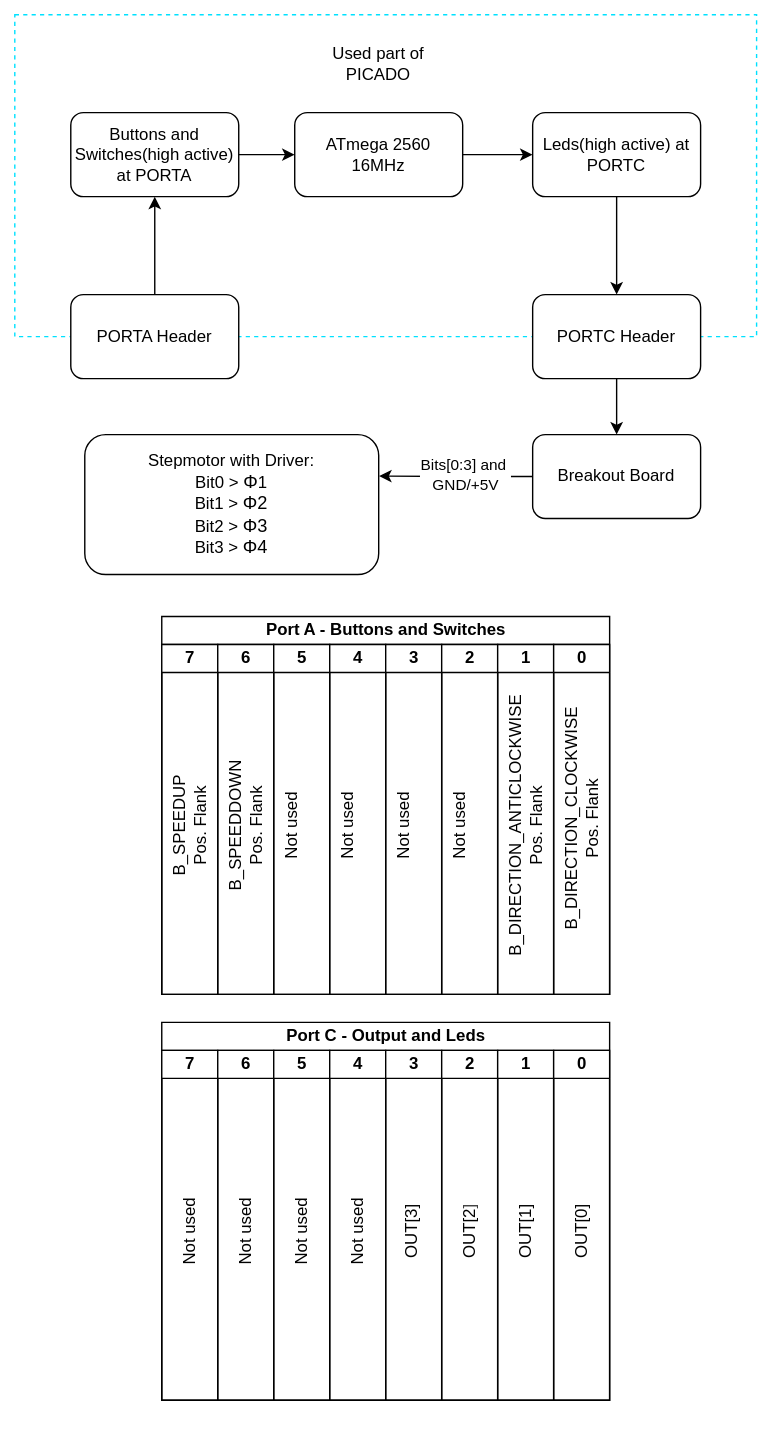
Before: readme/HW-Connection.svg, a diagram exported from draw.io (ml3rc/01_SchrittMot). Source tidied: cells renumbered, new cells last; positions are measured from the earlier drawing's top-left corner, leaving out a move shared by most shapes.
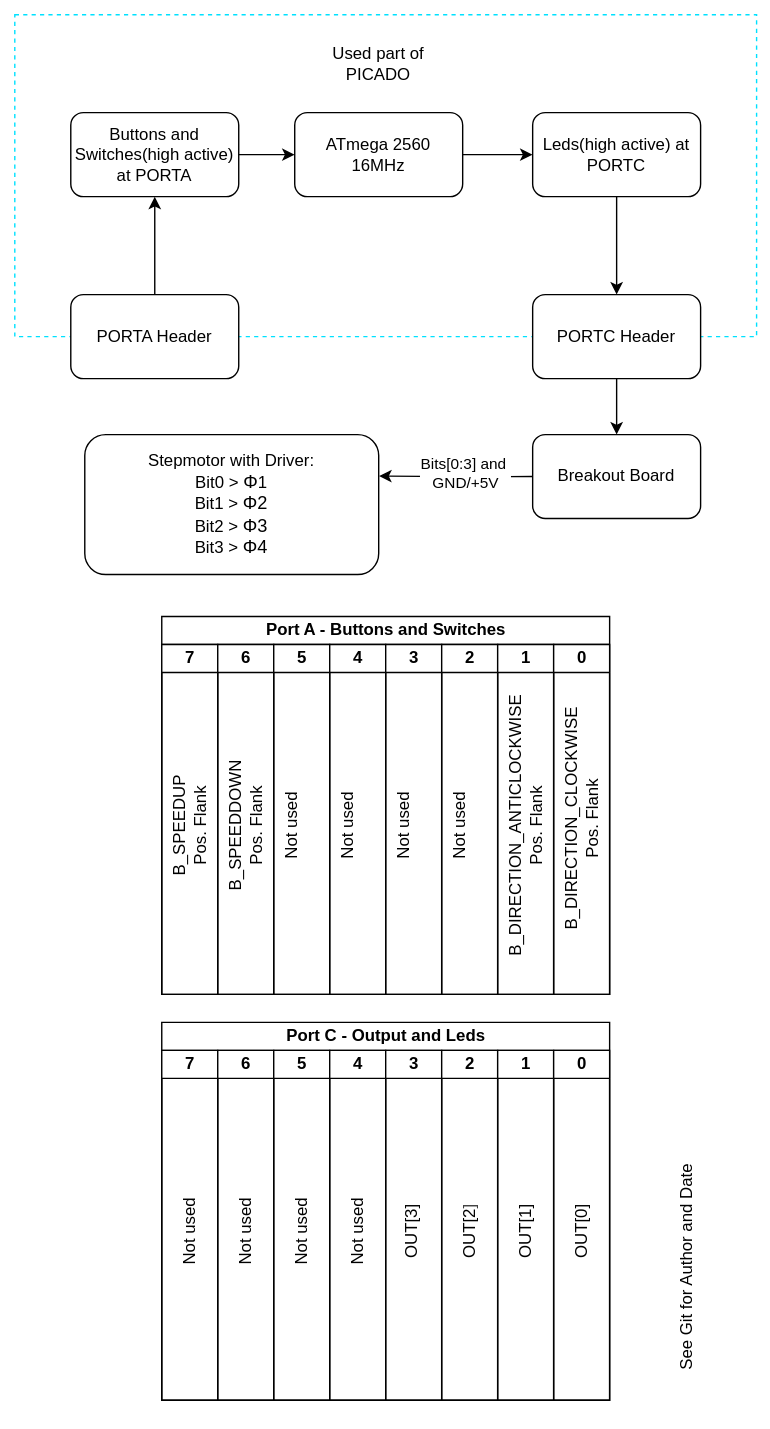
After the commit.

Change to the diagram source:
```diff
@@ -155,5 +155,8 @@
     <mxCell id="52" value="B_DIRECTION_CLOCKWISE&lt;div&gt;Pos. Flank&lt;/div&gt;" style="text;html=1;align=center;verticalAlign=middle;strokeColor=none;fillColor=none;rotation=270;fontColor=default;" parent="51" vertex="1">
       <mxGeometry x="-70" y="105" width="180" height="40" as="geometry" />
     </mxCell>
+    <mxCell id="53" value="See Git for Author and Date" style="text;html=1;align=center;verticalAlign=middle;whiteSpace=wrap;rounded=0;rotation=-90;" parent="1" vertex="1">
+      <mxGeometry x="390" y="890" width="200" height="30" as="geometry" />
+    </mxCell>
   </root>
 </mxGraphModel>
```
